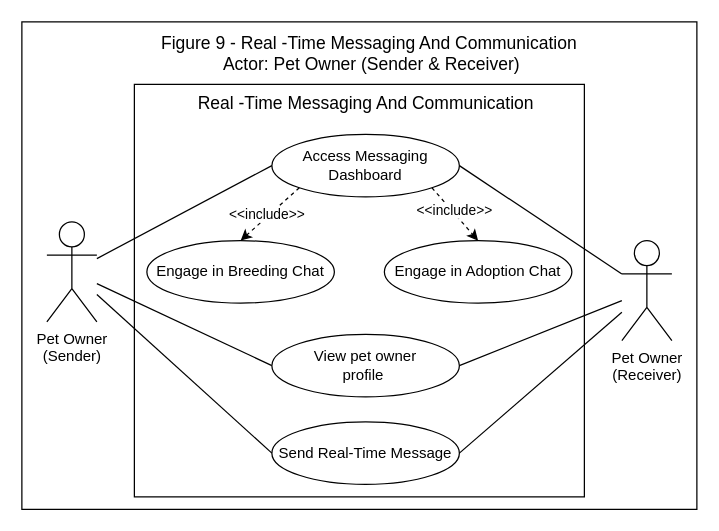
Above: page "Fig-9" (9 of 10) of USE-CASE_Diagram_Franco.drawio in Chels013/Breedr-Diagrams (draw.io), before the change. Source tidied: cells renumbered, new cells numbered last; positions are measured from the earlier drawing's top-left corner, leaving out a move shared by most shapes. Both pictures are drawn from the tidied source at 125%, with x=0, y=0 at pixel (21, 21).
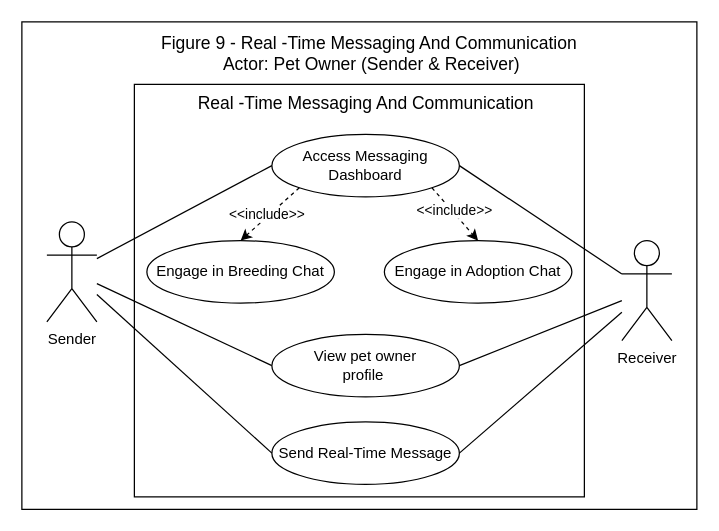
The same page after the edit.

Commit message:
i also change the name of the names of the pet in figure 9

What changed in the source:
```diff
@@
-    <mxCell id="10" value="Pet Owner&lt;div&gt;(Sender)&lt;/div&gt;" style="shape=umlActor;verticalLabelPosition=bottom;verticalAlign=top;html=1;outlineConnect=0;" parent="1" vertex="1">
+    <mxCell id="10" value="Sender" style="shape=umlActor;verticalLabelPosition=bottom;verticalAlign=top;html=1;outlineConnect=0;" parent="1" vertex="1">
       <mxGeometry x="20" y="160" width="40" height="80" as="geometry" />
     </mxCell>
@@
-    <mxCell id="15" value="Pet Owner&lt;div&gt;(Receiver)&lt;/div&gt;" style="shape=umlActor;verticalLabelPosition=bottom;verticalAlign=top;html=1;outlineConnect=0;" parent="1" vertex="1">
+    <mxCell id="15" value="Receiver" style="shape=umlActor;verticalLabelPosition=bottom;verticalAlign=top;html=1;outlineConnect=0;" parent="1" vertex="1">
       <mxGeometry x="480" y="175" width="40" height="80" as="geometry" />
     </mxCell>
```
